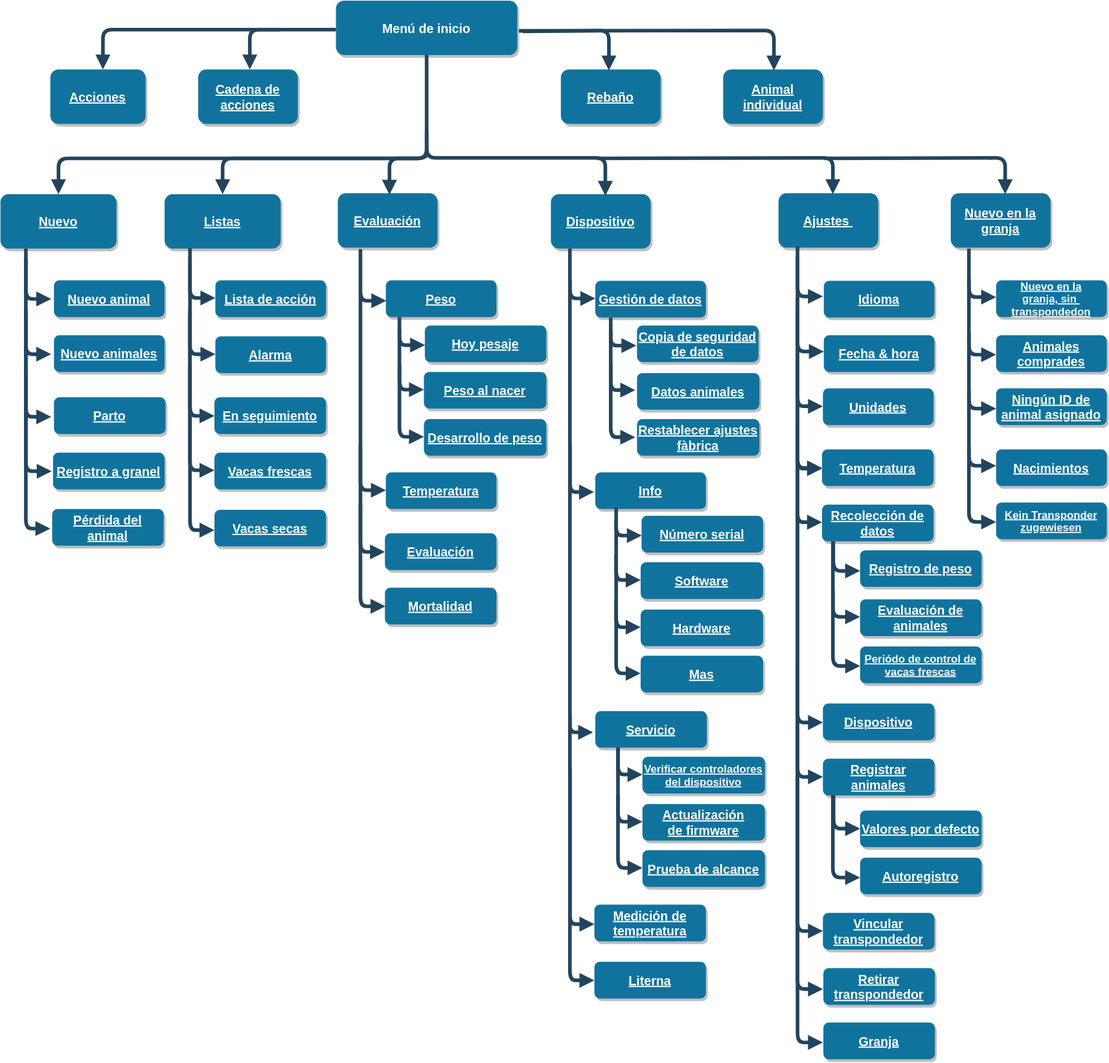
erjoh001/vitalcontrol.de keeps this draw.io diagram as content/es/docs/menu/menu-tree.svg. Above is the earlier version. Source tidied: cells renumbered, new cells last; positions are measured from the earlier drawing's top-left corner, leaving out a move shared by most shapes.
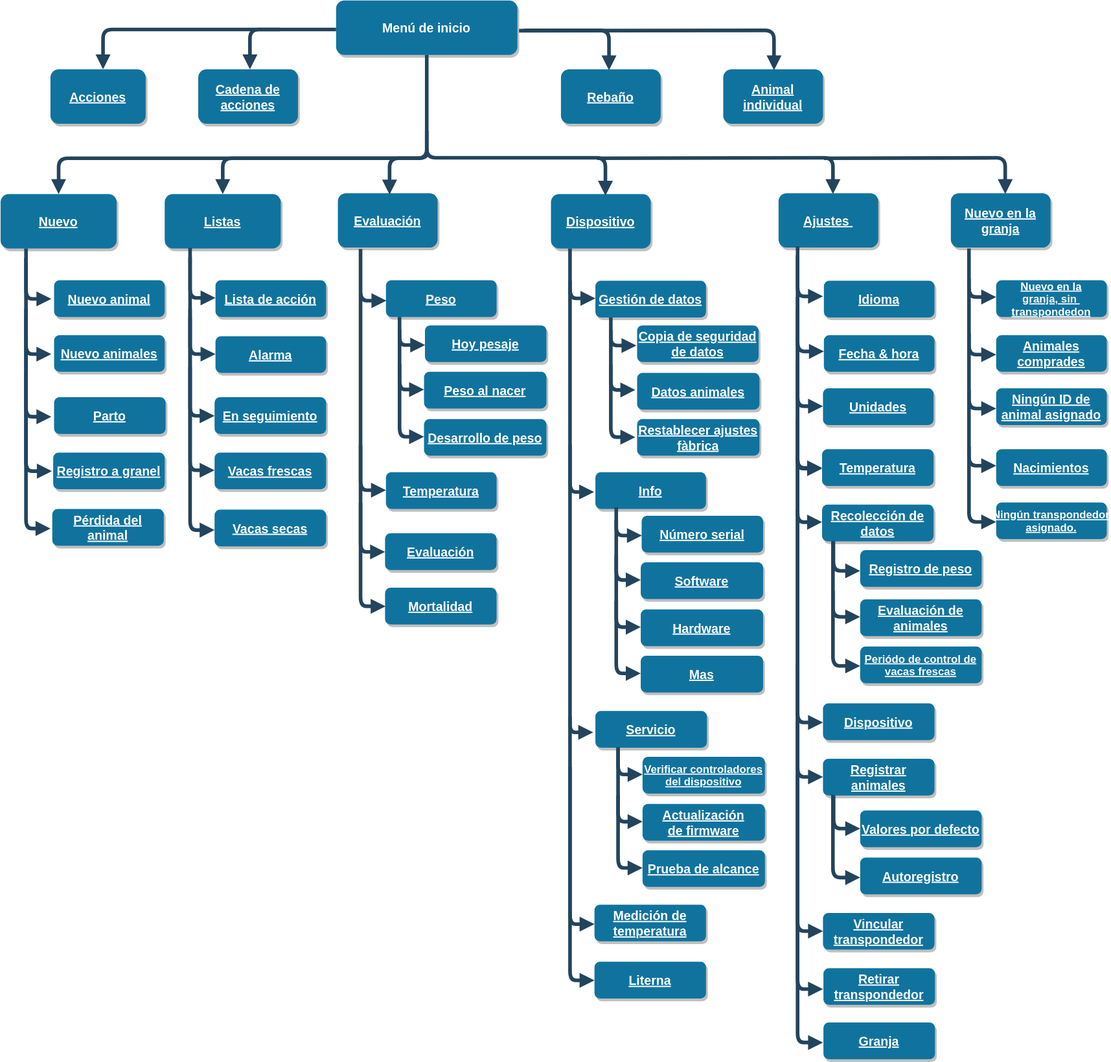
After the commit.

The edit, as a diff of the source:
```diff
@@ -759,7 +759,7 @@
         </Array>
       </mxGeometry>
     </mxCell>
-    <mxCell id="122" value="Kein Transponder&#10;zugewiesen" style="rounded=1;fillColor=#10739E;strokeColor=none;shadow=1;gradientColor=none;fontStyle=5;fontColor=#FFFFFF;fontSize=12;" parent="1" vertex="1">
+    <mxCell id="122" value="Ningún transpondedor&#10;asignado." style="rounded=1;fillColor=#10739E;strokeColor=none;shadow=1;gradientColor=none;fontStyle=5;fontColor=#FFFFFF;fontSize=12;" parent="1" vertex="1">
       <mxGeometry x="1123" y="553.5" width="122" height="40.5" as="geometry" />
     </mxCell>
     <mxCell id="123" style="edgeStyle=elbowEdgeStyle;elbow=vertical;strokeWidth=4;endArrow=block;endFill=1;fontStyle=1;strokeColor=#23445D;rounded=1;entryX=0;entryY=0.457;entryDx=0;entryDy=0;entryPerimeter=0;" parent="1" edge="1">
```
